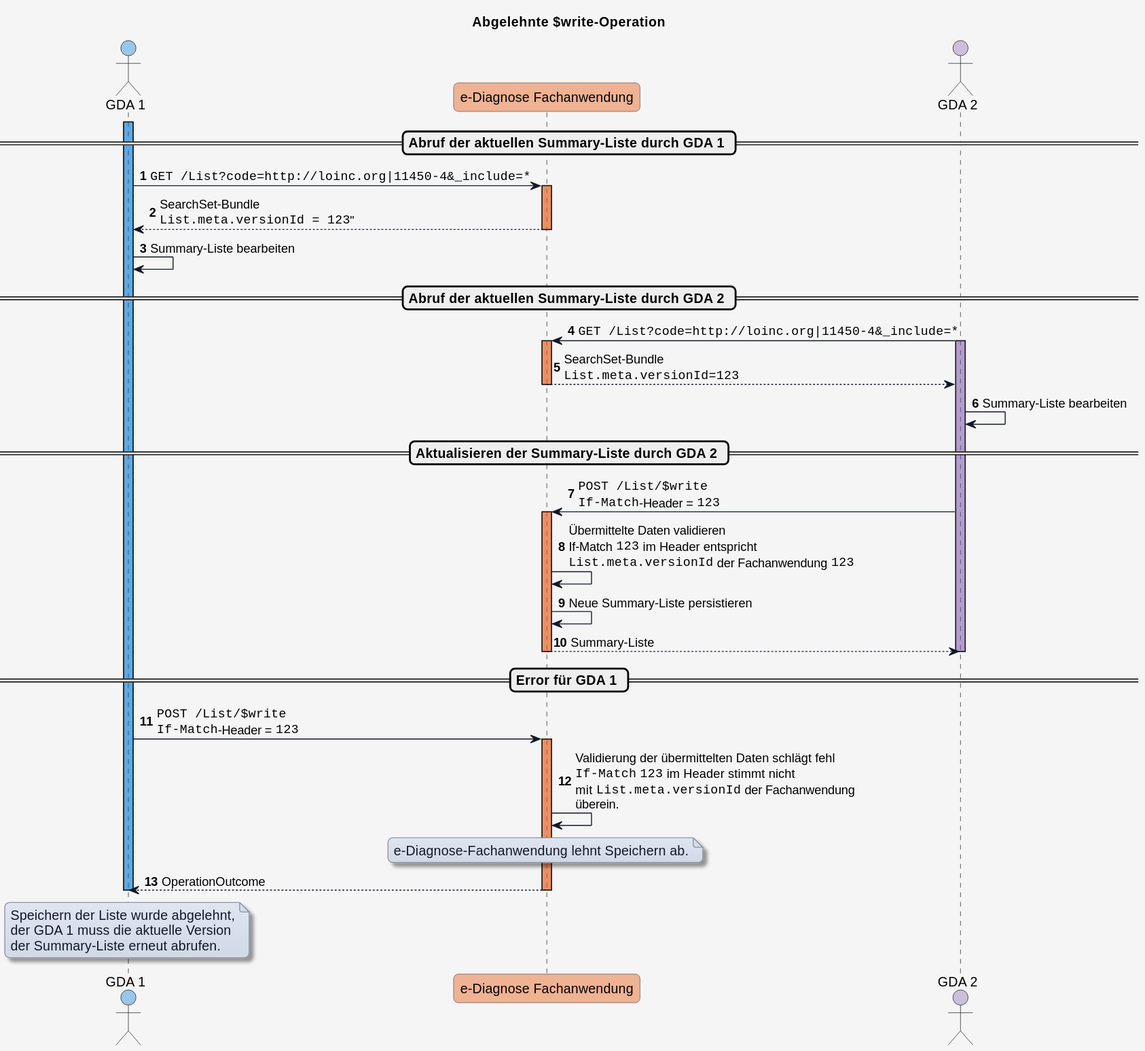
HL7Austria/ELGA-e-Diagnose-R4 keeps this PlantUML diagram as input/images/plantuml/write_summary_list_error.svg. Above is the earlier version.
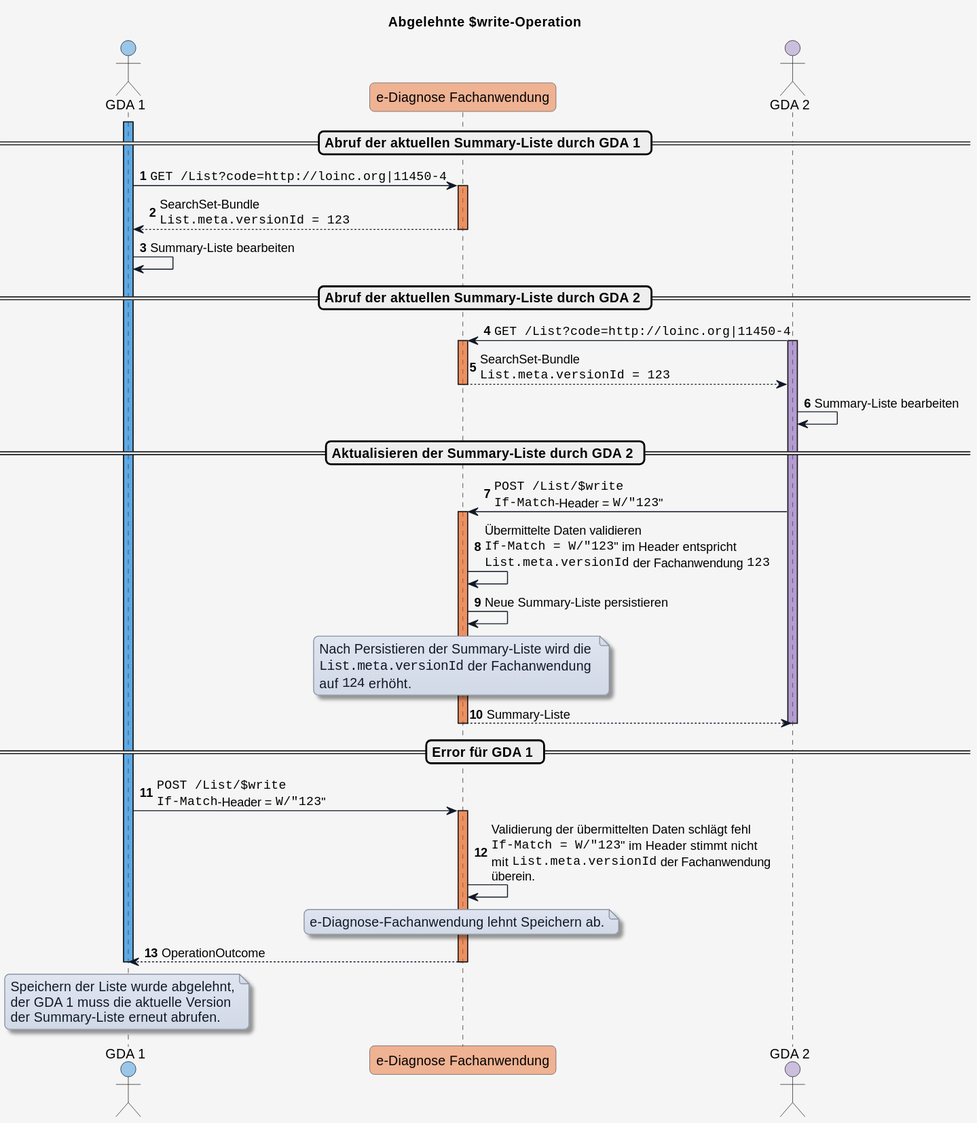
Later version of the same file.

Commit message:
Replace _include=* with _include=List:item

Diff of the diagram source:
```diff
@@ -57,33 +57,39 @@
 == Abruf der aktuellen Summary-Liste durch GDA 1 ==
 
 activate GDA_1 COLOR_GDA_1
-GDA_1 -> eDiag_FA: ""GET /List?code=http://loinc.org|11450-4&_include=*""
+GDA_1 -> eDiag_FA: ""GET /List?code=http://loinc.org|11450-4""
 
 activate eDiag_FA COLOR_DIAG_FA
-eDiag_FA --> GDA_1: SearchSet-Bundle\n""List.meta.versionId = 123"""
+eDiag_FA --> GDA_1: SearchSet-Bundle\n""List.meta.versionId = 123""
 deactivate eDiag_FA
 
 GDA_1 -> GDA_1: Summary-Liste bearbeiten
 
 == Abruf der aktuellen Summary-Liste durch GDA 2 ==
 
-GDA_2 -> eDiag_FA:  ""GET /List?code=http://loinc.org|11450-4&_include=*""
+GDA_2 -> eDiag_FA:  ""GET /List?code=http://loinc.org|11450-4""
 activate GDA_2 COLOR_GDA_2
 
 activate eDiag_FA COLOR_DIAG_FA
-eDiag_FA --> GDA_2: SearchSet-Bundle\n""List.meta.versionId=123""
+eDiag_FA --> GDA_2: SearchSet-Bundle\n""List.meta.versionId = 123""
 deactivate eDiag_FA
 
 GDA_2 -> GDA_2: Summary-Liste bearbeiten
 
 == Aktualisieren der Summary-Liste durch GDA 2 ==
 
-GDA_2 -> eDiag_FA: ""POST /List/$write""\n""If-Match""-Header = ""123""
+GDA_2 -> eDiag_FA: ""POST /List/$write""\n""If-Match""-Header = ""W/"123"""
 
 activate eDiag_FA COLOR_DIAG_FA
-eDiag_FA -> eDiag_FA: Übermittelte Daten validieren\nIf-Match ""123"" im Header entspricht\n""List.meta.versionId"" der Fachanwendung ""123""
+eDiag_FA -> eDiag_FA: Übermittelte Daten validieren\n""If-Match = W/"123""" im Header entspricht\n""List.meta.versionId"" der Fachanwendung ""123""
 
 eDiag_FA -> eDiag_FA: Neue Summary-Liste persistieren
+
+note over eDiag_FA
+  Nach Persistieren der Summary-Liste wird die
+  ""List.meta.versionId"" der Fachanwendung
+  auf ""124"" erhöht.
+end note
 
 eDiag_FA --> GDA_2: Summary-Liste
 deactivate GDA_2
@@ -92,10 +98,10 @@
 
 == Error für GDA 1 ==
 
-GDA_1 -> eDiag_FA: ""POST /List/$write""\n""If-Match""-Header = ""123""
+GDA_1 -> eDiag_FA: ""POST /List/$write""\n""If-Match""-Header = ""W/"123"""
 
 activate eDiag_FA COLOR_DIAG_FA
-eDiag_FA -> eDiag_FA: Validierung der übermittelten Daten schlägt fehl\n""If-Match"" ""123"" im Header stimmt nicht\nmit ""List.meta.versionId"" der Fachanwendung\nüberein.
+eDiag_FA -> eDiag_FA: Validierung der übermittelten Daten schlägt fehl\n""If-Match = W/"123""" im Header stimmt nicht\nmit ""List.meta.versionId"" der Fachanwendung\nüberein.
 
 note over eDiag_FA
   e-Diagnose-Fachanwendung lehnt Speichern ab.
```
